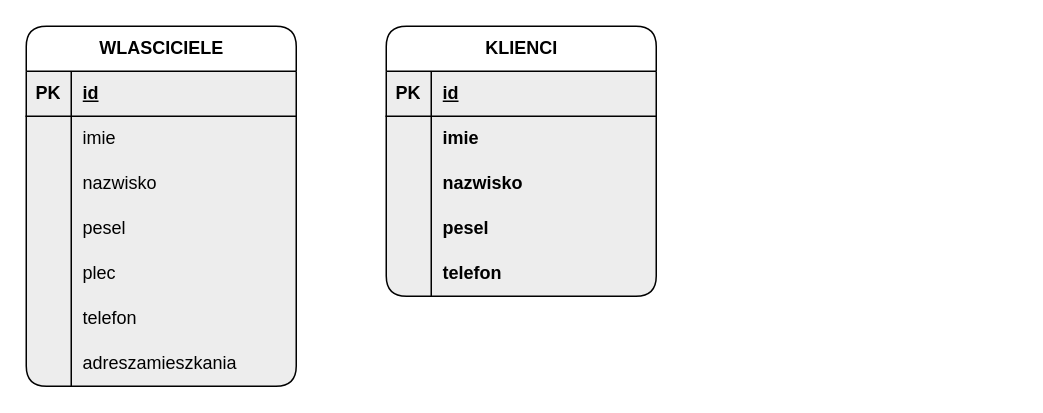
The draw.io diagram agencja_wynajmu_mieszkan.drawio in pawelgithub9/projekt_baza_danych, before the edit. Source tidied: cells renumbered, new cells numbered last; positions are measured from the earlier drawing's top-left corner, leaving out a move shared by most shapes. Both pictures are drawn from the tidied source at 150%, with x=0, y=0 at pixel (26, 26).
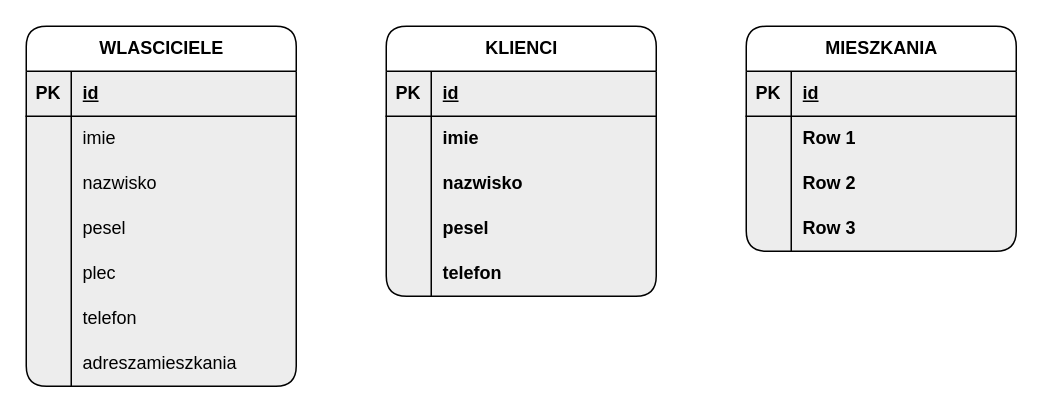
The same page after the edit.

The edit, as a diff of the source:
```diff
@@
+    <mxCell id="40" value="MIESZKANIA" style="shape=table;startSize=30;childLayout=tableLayout;rowLines=0;fontStyle=1;align=center;html=1;rounded=1;shadow=0;strokeColor=default;verticalAlign=middle;swimlaneFillColor=#EDEDED;fontFamily=Helvetica;fontSize=12;fontColor=default;fillColor=none;" parent="1" vertex="1">
+      <mxGeometry x="480" width="180" height="150" as="geometry" />
+    </mxCell>
+    <mxCell id="41" style="shape=tableRow;horizontal=0;startSize=0;swimlaneHead=0;swimlaneBody=0;fillColor=none;top=0;left=0;right=0;bottom=1;rounded=1;shadow=0;strokeColor=default;align=center;verticalAlign=middle;swimlaneFillColor=#EDEDED;fontFamily=Helvetica;fontSize=12;fontColor=default;fontStyle=1;" parent="40" vertex="1">
+      <mxGeometry y="30" width="180" height="30" as="geometry" />
+    </mxCell>
+    <mxCell id="42" value="PK" style="shape=partialRectangle;fillColor=none;top=0;left=0;bottom=0;right=0;fontStyle=1;overflow=hidden;whiteSpace=wrap;html=1;rounded=1;shadow=0;strokeColor=default;align=center;verticalAlign=middle;swimlaneFillColor=#EDEDED;fontFamily=Helvetica;fontSize=12;fontColor=default;" parent="41" vertex="1">
+      <mxGeometry width="30" height="30" as="geometry" />
+    </mxCell>
+    <mxCell id="43" value="id" style="shape=partialRectangle;fillColor=none;top=0;left=0;bottom=0;right=0;align=left;spacingLeft=6;fontStyle=5;overflow=hidden;whiteSpace=wrap;html=1;rounded=1;shadow=0;strokeColor=default;verticalAlign=middle;swimlaneFillColor=#EDEDED;fontFamily=Helvetica;fontSize=12;fontColor=default;" parent="41" vertex="1">
+      <mxGeometry x="30" width="150" height="30" as="geometry" />
+    </mxCell>
+    <mxCell id="44" style="shape=tableRow;horizontal=0;startSize=0;swimlaneHead=0;swimlaneBody=0;fillColor=none;top=0;left=0;right=0;bottom=0;rounded=1;shadow=0;strokeColor=default;align=center;verticalAlign=middle;swimlaneFillColor=#EDEDED;fontFamily=Helvetica;fontSize=12;fontColor=default;fontStyle=1;" parent="40" vertex="1">
+      <mxGeometry y="60" width="180" height="30" as="geometry" />
+    </mxCell>
+    <mxCell id="45" style="shape=partialRectangle;fillColor=none;top=0;left=0;bottom=0;right=0;overflow=hidden;whiteSpace=wrap;html=1;rounded=1;shadow=0;strokeColor=default;align=center;verticalAlign=middle;swimlaneFillColor=#EDEDED;fontFamily=Helvetica;fontSize=12;fontColor=default;fontStyle=1;" parent="44" vertex="1">
+      <mxGeometry width="30" height="30" as="geometry" />
+    </mxCell>
+    <mxCell id="46" value="Row 1" style="shape=partialRectangle;fillColor=none;top=0;left=0;bottom=0;right=0;align=left;spacingLeft=6;overflow=hidden;whiteSpace=wrap;html=1;rounded=1;shadow=0;strokeColor=default;verticalAlign=middle;swimlaneFillColor=#EDEDED;fontFamily=Helvetica;fontSize=12;fontColor=default;fontStyle=1;" parent="44" vertex="1">
+      <mxGeometry x="30" width="150" height="30" as="geometry" />
+    </mxCell>
+    <mxCell id="47" style="shape=tableRow;horizontal=0;startSize=0;swimlaneHead=0;swimlaneBody=0;fillColor=none;top=0;left=0;right=0;bottom=0;rounded=1;shadow=0;strokeColor=default;align=center;verticalAlign=middle;swimlaneFillColor=#EDEDED;fontFamily=Helvetica;fontSize=12;fontColor=default;fontStyle=1;" parent="40" vertex="1">
+      <mxGeometry y="90" width="180" height="30" as="geometry" />
+    </mxCell>
+    <mxCell id="48" style="shape=partialRectangle;fillColor=none;top=0;left=0;bottom=0;right=0;overflow=hidden;whiteSpace=wrap;html=1;rounded=1;shadow=0;strokeColor=default;align=center;verticalAlign=middle;swimlaneFillColor=#EDEDED;fontFamily=Helvetica;fontSize=12;fontColor=default;fontStyle=1;" parent="47" vertex="1">
+      <mxGeometry width="30" height="30" as="geometry" />
+    </mxCell>
+    <mxCell id="49" value="Row 2" style="shape=partialRectangle;fillColor=none;top=0;left=0;bottom=0;right=0;align=left;spacingLeft=6;overflow=hidden;whiteSpace=wrap;html=1;rounded=1;shadow=0;strokeColor=default;verticalAlign=middle;swimlaneFillColor=#EDEDED;fontFamily=Helvetica;fontSize=12;fontColor=default;fontStyle=1;" parent="47" vertex="1">
+      <mxGeometry x="30" width="150" height="30" as="geometry" />
+    </mxCell>
+    <mxCell id="50" style="shape=tableRow;horizontal=0;startSize=0;swimlaneHead=0;swimlaneBody=0;fillColor=none;top=0;left=0;right=0;bottom=0;rounded=1;shadow=0;strokeColor=default;align=center;verticalAlign=middle;swimlaneFillColor=#EDEDED;fontFamily=Helvetica;fontSize=12;fontColor=default;fontStyle=1;" parent="40" vertex="1">
+      <mxGeometry y="120" width="180" height="30" as="geometry" />
+    </mxCell>
+    <mxCell id="51" style="shape=partialRectangle;fillColor=none;top=0;left=0;bottom=0;right=0;overflow=hidden;whiteSpace=wrap;html=1;rounded=1;shadow=0;strokeColor=default;align=center;verticalAlign=middle;swimlaneFillColor=#EDEDED;fontFamily=Helvetica;fontSize=12;fontColor=default;fontStyle=1;" parent="50" vertex="1">
+      <mxGeometry width="30" height="30" as="geometry" />
+    </mxCell>
+    <mxCell id="52" value="Row 3" style="shape=partialRectangle;fillColor=none;top=0;left=0;bottom=0;right=0;align=left;spacingLeft=6;overflow=hidden;whiteSpace=wrap;html=1;rounded=1;shadow=0;strokeColor=default;verticalAlign=middle;swimlaneFillColor=#EDEDED;fontFamily=Helvetica;fontSize=12;fontColor=default;fontStyle=1;" parent="50" vertex="1">
+      <mxGeometry x="30" width="150" height="30" as="geometry" />
+    </mxCell>
```
